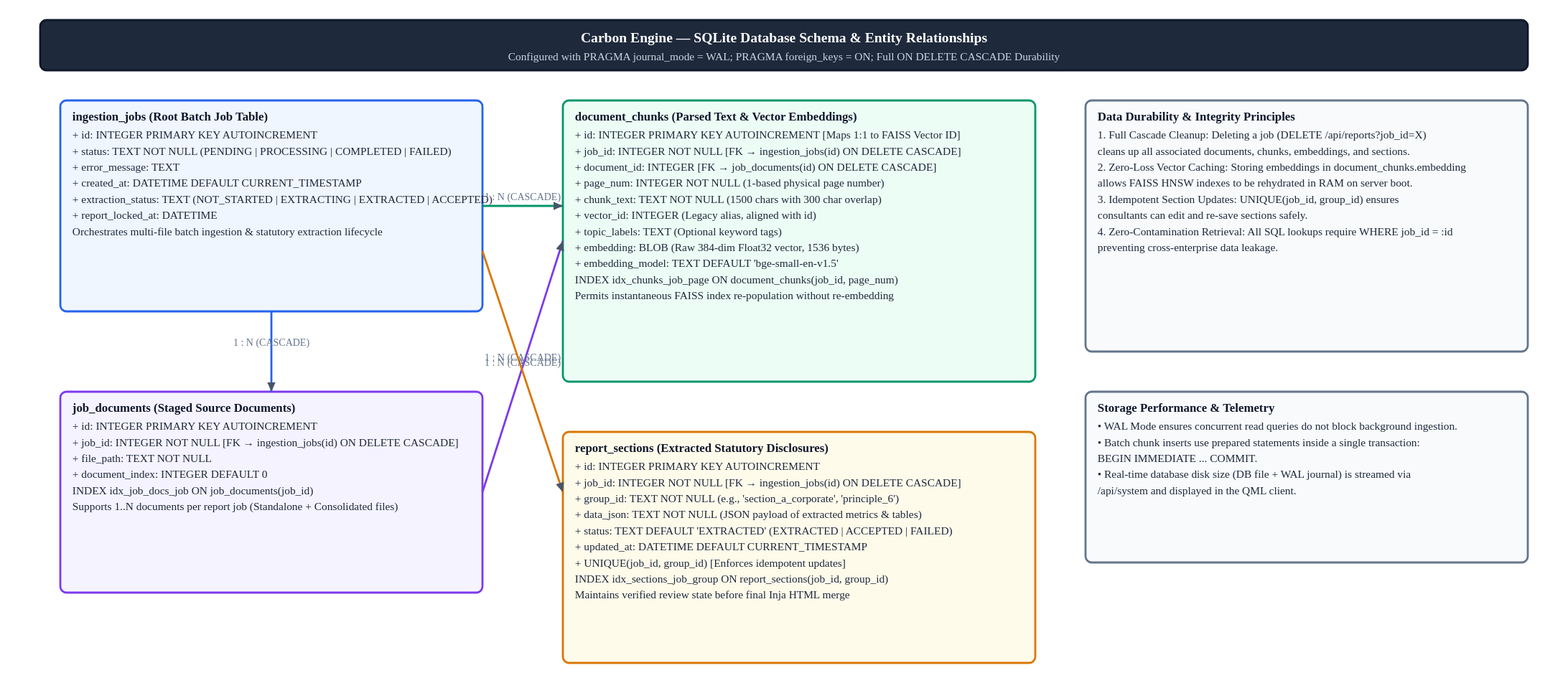
Before: docs/database_schema.drawio.svg, a diagram exported from draw.io (carbonservices/carbon-engine). Source tidied: cells renumbered, new cells last; positions are measured from the earlier drawing's top-left corner, leaving out a move shared by most shapes.
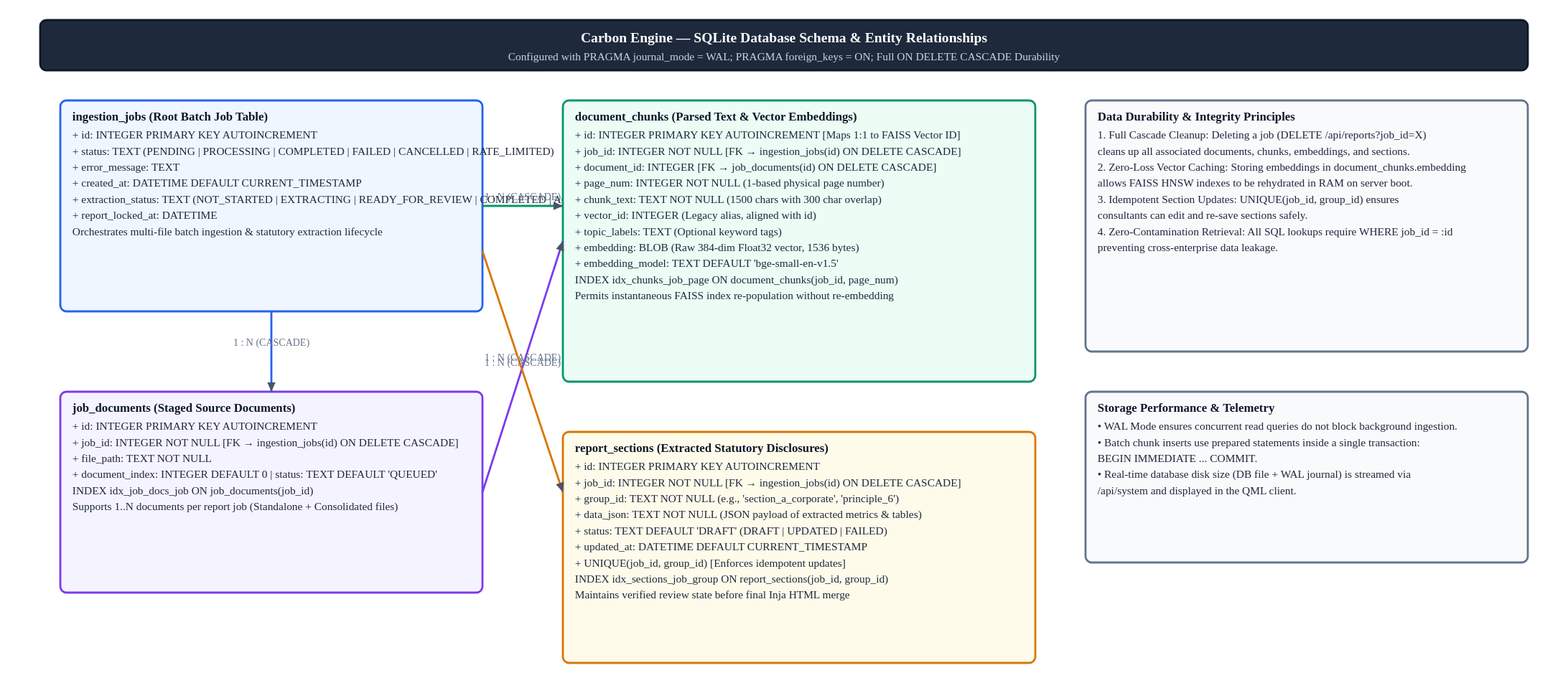
Above is the later version.

What changed in the source:
```diff
@@ -5,16 +5,16 @@
     <mxCell id="2" value="Carbon Engine — SQLite Database Schema &amp; Entity Relationships&lt;br&gt;Configured with PRAGMA journal_mode = WAL; PRAGMA foreign_keys = ON; Full ON DELETE CASCADE Durability" style="rounded=1;whiteSpace=wrap;html=1;fillColor=#1e293b;strokeColor=#0f172a;fontColor=#ffffff;fontStyle=1;fontSize=14;align=center;" parent="1" vertex="1">
       <mxGeometry width="1480" height="50" as="geometry" />
     </mxCell>
-    <mxCell id="3" value="&amp;lt;b&amp;gt;ingestion_jobs&amp;lt;/b&amp;gt; (Root Batch Job Table)&amp;lt;hr&amp;gt;+ &amp;lt;b&amp;gt;id&amp;lt;/b&amp;gt;: INTEGER PRIMARY KEY AUTOINCREMENT&amp;lt;br&amp;gt;+ &amp;lt;b&amp;gt;status&amp;lt;/b&amp;gt;: TEXT NOT NULL (PENDING | PROCESSING | COMPLETED | FAILED)&amp;lt;br&amp;gt;+ &amp;lt;b&amp;gt;error_message&amp;lt;/b&amp;gt;: TEXT&amp;lt;br&amp;gt;+ &amp;lt;b&amp;gt;created_at&amp;lt;/b&amp;gt;: DATETIME DEFAULT CURRENT_TIMESTAMP&amp;lt;br&amp;gt;+ &amp;lt;b&amp;gt;extraction_status&amp;lt;/b&amp;gt;: TEXT DEFAULT 'NOT_STARTED' (EXTRACTING | EXTRACTED | ACCEPTED)&amp;lt;br&amp;gt;+ &amp;lt;b&amp;gt;report_locked_at&amp;lt;/b&amp;gt;: DATETIME&amp;lt;br&amp;gt;&amp;lt;i&amp;gt;Orchestrates multi-file batch ingestion &amp;amp; statutory extraction lifecycle&amp;lt;/i&amp;gt;" style="rounded=1;whiteSpace=wrap;html=1;fillColor=#eff6ff;strokeColor=#2563eb;strokeWidth=2;fontColor=#1e3a8a;fontSize=12;align=left;spacingLeft=12;spacingTop=8;" parent="1" vertex="1">
+    <mxCell id="3" value="&amp;lt;b&amp;gt;ingestion_jobs&amp;lt;/b&amp;gt; (Root Batch Job Table)&amp;lt;hr&amp;gt;+ &amp;lt;b&amp;gt;id&amp;lt;/b&amp;gt;: INTEGER PRIMARY KEY AUTOINCREMENT&amp;lt;br&amp;gt;+ &amp;lt;b&amp;gt;status&amp;lt;/b&amp;gt;: TEXT NOT NULL (PENDING | PROCESSING | COMPLETED | FAILED | CANCELLED | RATE_LIMITED)&amp;lt;br&amp;gt;+ &amp;lt;b&amp;gt;error_message&amp;lt;/b&amp;gt;: TEXT&amp;lt;br&amp;gt;+ &amp;lt;b&amp;gt;created_at&amp;lt;/b&amp;gt;: DATETIME DEFAULT CURRENT_TIMESTAMP&amp;lt;br&amp;gt;+ &amp;lt;b&amp;gt;extraction_status&amp;lt;/b&amp;gt;: TEXT DEFAULT 'NOT_STARTED' (NOT_STARTED | EXTRACTING | READY_FOR_REVIEW | COMPLETED | ACCEPTED | FAILED | CANCELLED)&amp;lt;br&amp;gt;+ &amp;lt;b&amp;gt;report_locked_at&amp;lt;/b&amp;gt;: DATETIME&amp;lt;br&amp;gt;&amp;lt;i&amp;gt;Orchestrates multi-file batch ingestion &amp;amp; statutory extraction lifecycle&amp;lt;/i&amp;gt;" style="rounded=1;whiteSpace=wrap;html=1;fillColor=#eff6ff;strokeColor=#2563eb;strokeWidth=2;fontColor=#1e3a8a;fontSize=12;align=left;spacingLeft=12;spacingTop=8;" parent="1" vertex="1">
       <mxGeometry x="20" y="80" width="420" height="200" as="geometry" />
     </mxCell>
-    <mxCell id="4" value="&amp;lt;b&amp;gt;job_documents&amp;lt;/b&amp;gt; (Staged Source Documents)&amp;lt;hr&amp;gt;+ &amp;lt;b&amp;gt;id&amp;lt;/b&amp;gt;: INTEGER PRIMARY KEY AUTOINCREMENT&amp;lt;br&amp;gt;+ &amp;lt;b&amp;gt;job_id&amp;lt;/b&amp;gt;: INTEGER NOT NULL [FK &amp;amp;rarr; ingestion_jobs(id) ON DELETE CASCADE]&amp;lt;br&amp;gt;+ &amp;lt;b&amp;gt;file_path&amp;lt;/b&amp;gt;: TEXT NOT NULL&amp;lt;br&amp;gt;+ &amp;lt;b&amp;gt;document_index&amp;lt;/b&amp;gt;: INTEGER DEFAULT 0&amp;lt;br&amp;gt;&amp;lt;i&amp;gt;INDEX idx_job_docs_job ON job_documents(job_id)&amp;lt;/i&amp;gt;&amp;lt;br&amp;gt;&amp;lt;i&amp;gt;Supports 1..N documents per report job (Standalone + Consolidated files)&amp;lt;/i&amp;gt;" style="rounded=1;whiteSpace=wrap;html=1;fillColor=#f5f3ff;strokeColor=#7c3aed;strokeWidth=2;fontColor=#4c1d95;fontSize=12;align=left;spacingLeft=12;spacingTop=8;" parent="1" vertex="1">
+    <mxCell id="4" value="&amp;lt;b&amp;gt;job_documents&amp;lt;/b&amp;gt; (Staged Source Documents)&amp;lt;hr&amp;gt;+ &amp;lt;b&amp;gt;id&amp;lt;/b&amp;gt;: INTEGER PRIMARY KEY AUTOINCREMENT&amp;lt;br&amp;gt;+ &amp;lt;b&amp;gt;job_id&amp;lt;/b&amp;gt;: INTEGER NOT NULL [FK &amp;amp;rarr; ingestion_jobs(id) ON DELETE CASCADE]&amp;lt;br&amp;gt;+ &amp;lt;b&amp;gt;file_path&amp;lt;/b&amp;gt;: TEXT NOT NULL&amp;lt;br&amp;gt;+ &amp;lt;b&amp;gt;document_index&amp;lt;/b&amp;gt;: INTEGER DEFAULT 0&amp;lt;br&amp;gt;+ &amp;lt;b&amp;gt;status&amp;lt;/b&amp;gt;: TEXT DEFAULT 'QUEUED' (QUEUED | PROCESSING | INGESTED | FAILED | CANCELLED)&amp;lt;br&amp;gt;&amp;lt;i&amp;gt;INDEX idx_job_docs_job ON job_documents(job_id)&amp;lt;/i&amp;gt;&amp;lt;br&amp;gt;&amp;lt;i&amp;gt;Supports 1..N documents per report job (Standalone + Consolidated files)&amp;lt;/i&amp;gt;" style="rounded=1;whiteSpace=wrap;html=1;fillColor=#f5f3ff;strokeColor=#7c3aed;strokeWidth=2;fontColor=#4c1d95;fontSize=12;align=left;spacingLeft=12;spacingTop=8;" parent="1" vertex="1">
       <mxGeometry x="20" y="360" width="420" height="190" as="geometry" />
     </mxCell>
     <mxCell id="5" value="&amp;lt;b&amp;gt;document_chunks&amp;lt;/b&amp;gt; (Parsed Text &amp;amp; Vector Embeddings)&amp;lt;hr&amp;gt;+ &amp;lt;b&amp;gt;id&amp;lt;/b&amp;gt;: INTEGER PRIMARY KEY AUTOINCREMENT [Maps 1:1 to FAISS Vector ID]&amp;lt;br&amp;gt;+ &amp;lt;b&amp;gt;job_id&amp;lt;/b&amp;gt;: INTEGER NOT NULL [FK &amp;amp;rarr; ingestion_jobs(id) ON DELETE CASCADE]&amp;lt;br&amp;gt;+ &amp;lt;b&amp;gt;document_id&amp;lt;/b&amp;gt;: INTEGER [FK &amp;amp;rarr; job_documents(id) ON DELETE CASCADE]&amp;lt;br&amp;gt;+ &amp;lt;b&amp;gt;page_num&amp;lt;/b&amp;gt;: INTEGER NOT NULL (1-based physical page number)&amp;lt;br&amp;gt;+ &amp;lt;b&amp;gt;chunk_text&amp;lt;/b&amp;gt;: TEXT NOT NULL (1500 chars with 300 char overlap)&amp;lt;br&amp;gt;+ &amp;lt;b&amp;gt;vector_id&amp;lt;/b&amp;gt;: INTEGER (Legacy alias, aligned with id)&amp;lt;br&amp;gt;+ &amp;lt;b&amp;gt;topic_labels&amp;lt;/b&amp;gt;: TEXT (Optional keyword tags)&amp;lt;br&amp;gt;+ &amp;lt;b&amp;gt;embedding&amp;lt;/b&amp;gt;: BLOB (Raw 384-dim Float32 vector, 1536 bytes)&amp;lt;br&amp;gt;+ &amp;lt;b&amp;gt;embedding_model&amp;lt;/b&amp;gt;: TEXT DEFAULT 'bge-small-en-v1.5'&amp;lt;br&amp;gt;&amp;lt;i&amp;gt;INDEX idx_chunks_job_page ON document_chunks(job_id, page_num)&amp;lt;/i&amp;gt;&amp;lt;br&amp;gt;&amp;lt;i&amp;gt;Permits instantaneous FAISS index re-population without re-embedding&amp;lt;/i&amp;gt;" style="rounded=1;whiteSpace=wrap;html=1;fillColor=#ecfdf5;strokeColor=#059669;strokeWidth=2;fontColor=#064e3b;fontSize=12;align=left;spacingLeft=12;spacingTop=8;" parent="1" vertex="1">
       <mxGeometry x="530" y="80" width="460" height="270" as="geometry" />
     </mxCell>
-    <mxCell id="6" value="&amp;lt;b&amp;gt;report_sections&amp;lt;/b&amp;gt; (Extracted Statutory Disclosures)&amp;lt;hr&amp;gt;+ &amp;lt;b&amp;gt;id&amp;lt;/b&amp;gt;: INTEGER PRIMARY KEY AUTOINCREMENT&amp;lt;br&amp;gt;+ &amp;lt;b&amp;gt;job_id&amp;lt;/b&amp;gt;: INTEGER NOT NULL [FK &amp;amp;rarr; ingestion_jobs(id) ON DELETE CASCADE]&amp;lt;br&amp;gt;+ &amp;lt;b&amp;gt;group_id&amp;lt;/b&amp;gt;: TEXT NOT NULL (e.g., 'section_a_corporate', 'principle_6')&amp;lt;br&amp;gt;+ &amp;lt;b&amp;gt;data_json&amp;lt;/b&amp;gt;: TEXT NOT NULL (JSON payload of extracted metrics &amp;amp; tables)&amp;lt;br&amp;gt;+ &amp;lt;b&amp;gt;status&amp;lt;/b&amp;gt;: TEXT DEFAULT 'EXTRACTED' (EXTRACTED | ACCEPTED | FAILED)&amp;lt;br&amp;gt;+ &amp;lt;b&amp;gt;updated_at&amp;lt;/b&amp;gt;: DATETIME DEFAULT CURRENT_TIMESTAMP&amp;lt;br&amp;gt;+ &amp;lt;b&amp;gt;UNIQUE(job_id, group_id)&amp;lt;/b&amp;gt; [Enforces idempotent updates]&amp;lt;br&amp;gt;&amp;lt;i&amp;gt;INDEX idx_sections_job_group ON report_sections(job_id, group_id)&amp;lt;/i&amp;gt;&amp;lt;br&amp;gt;&amp;lt;i&amp;gt;Maintains verified review state before final Inja HTML merge&amp;lt;/i&amp;gt;" style="rounded=1;whiteSpace=wrap;html=1;fillColor=#fffbeb;strokeColor=#d97706;strokeWidth=2;fontColor=#78350f;fontSize=12;align=left;spacingLeft=12;spacingTop=8;" parent="1" vertex="1">
+    <mxCell id="6" value="&amp;lt;b&amp;gt;report_sections&amp;lt;/b&amp;gt; (Extracted Statutory Disclosures)&amp;lt;hr&amp;gt;+ &amp;lt;b&amp;gt;id&amp;lt;/b&amp;gt;: INTEGER PRIMARY KEY AUTOINCREMENT&amp;lt;br&amp;gt;+ &amp;lt;b&amp;gt;job_id&amp;lt;/b&amp;gt;: INTEGER NOT NULL [FK &amp;amp;rarr; ingestion_jobs(id) ON DELETE CASCADE]&amp;lt;br&amp;gt;+ &amp;lt;b&amp;gt;group_id&amp;lt;/b&amp;gt;: TEXT NOT NULL (e.g., 'section_a_corporate', 'principle_6')&amp;lt;br&amp;gt;+ &amp;lt;b&amp;gt;data_json&amp;lt;/b&amp;gt;: TEXT NOT NULL (JSON payload of extracted metrics &amp;amp; tables)&amp;lt;br&amp;gt;+ &amp;lt;b&amp;gt;status&amp;lt;/b&amp;gt;: TEXT DEFAULT 'DRAFT' (DRAFT | UPDATED | FAILED)&amp;lt;br&amp;gt;+ &amp;lt;b&amp;gt;source_chunk_ids&amp;lt;/b&amp;gt;: TEXT&amp;lt;br&amp;gt;+ &amp;lt;b&amp;gt;updated_at&amp;lt;/b&amp;gt;: DATETIME DEFAULT CURRENT_TIMESTAMP&amp;lt;br&amp;gt;+ &amp;lt;b&amp;gt;UNIQUE(job_id, group_id)&amp;lt;/b&amp;gt; [Enforces idempotent updates]&amp;lt;br&amp;gt;&amp;lt;i&amp;gt;INDEX idx_sections_job_group ON report_sections(job_id, group_id)&amp;lt;/i&amp;gt;&amp;lt;br&amp;gt;&amp;lt;i&amp;gt;Maintains verified review state before final Inja HTML merge&amp;lt;/i&amp;gt;" style="rounded=1;whiteSpace=wrap;html=1;fillColor=#fffbeb;strokeColor=#d97706;strokeWidth=2;fontColor=#78350f;fontSize=12;align=left;spacingLeft=12;spacingTop=8;" parent="1" vertex="1">
       <mxGeometry x="530" y="400" width="460" height="220" as="geometry" />
     </mxCell>
     <mxCell id="7" value="&amp;lt;b&amp;gt;Data Durability &amp;amp; Integrity Principles&amp;lt;/b&amp;gt;&amp;lt;hr&amp;gt;&amp;lt;b&amp;gt;1. Full Cascade Cleanup:&amp;lt;/b&amp;gt; Deleting a job (`DELETE /api/reports?job_id=X`) cleans up all associated documents, chunks, embeddings, and sections.&amp;lt;br&amp;gt;&amp;lt;b&amp;gt;2. Zero-Loss Vector Caching:&amp;lt;/b&amp;gt; Storing embeddings in `document_chunks.embedding` allows FAISS HNSW indexes to be rehydrated in RAM on server startup without calling the embedding model.&amp;lt;br&amp;gt;&amp;lt;b&amp;gt;3. Idempotent Section Updates:&amp;lt;/b&amp;gt; The `UNIQUE(job_id, group_id)` constraint ensures consultants can edit and re-save sections safely.&amp;lt;br&amp;gt;&amp;lt;b&amp;gt;4. Zero-Contamination Retrieval:&amp;lt;/b&amp;gt; All SQL lookups require `WHERE job_id = :id` preventing cross-enterprise data leakage." style="rounded=1;whiteSpace=wrap;html=1;fillColor=#f8fafc;strokeColor=#64748b;strokeWidth=1;fontColor=#334155;fontSize=11;align=left;spacingLeft=12;" parent="1" vertex="1">
```
